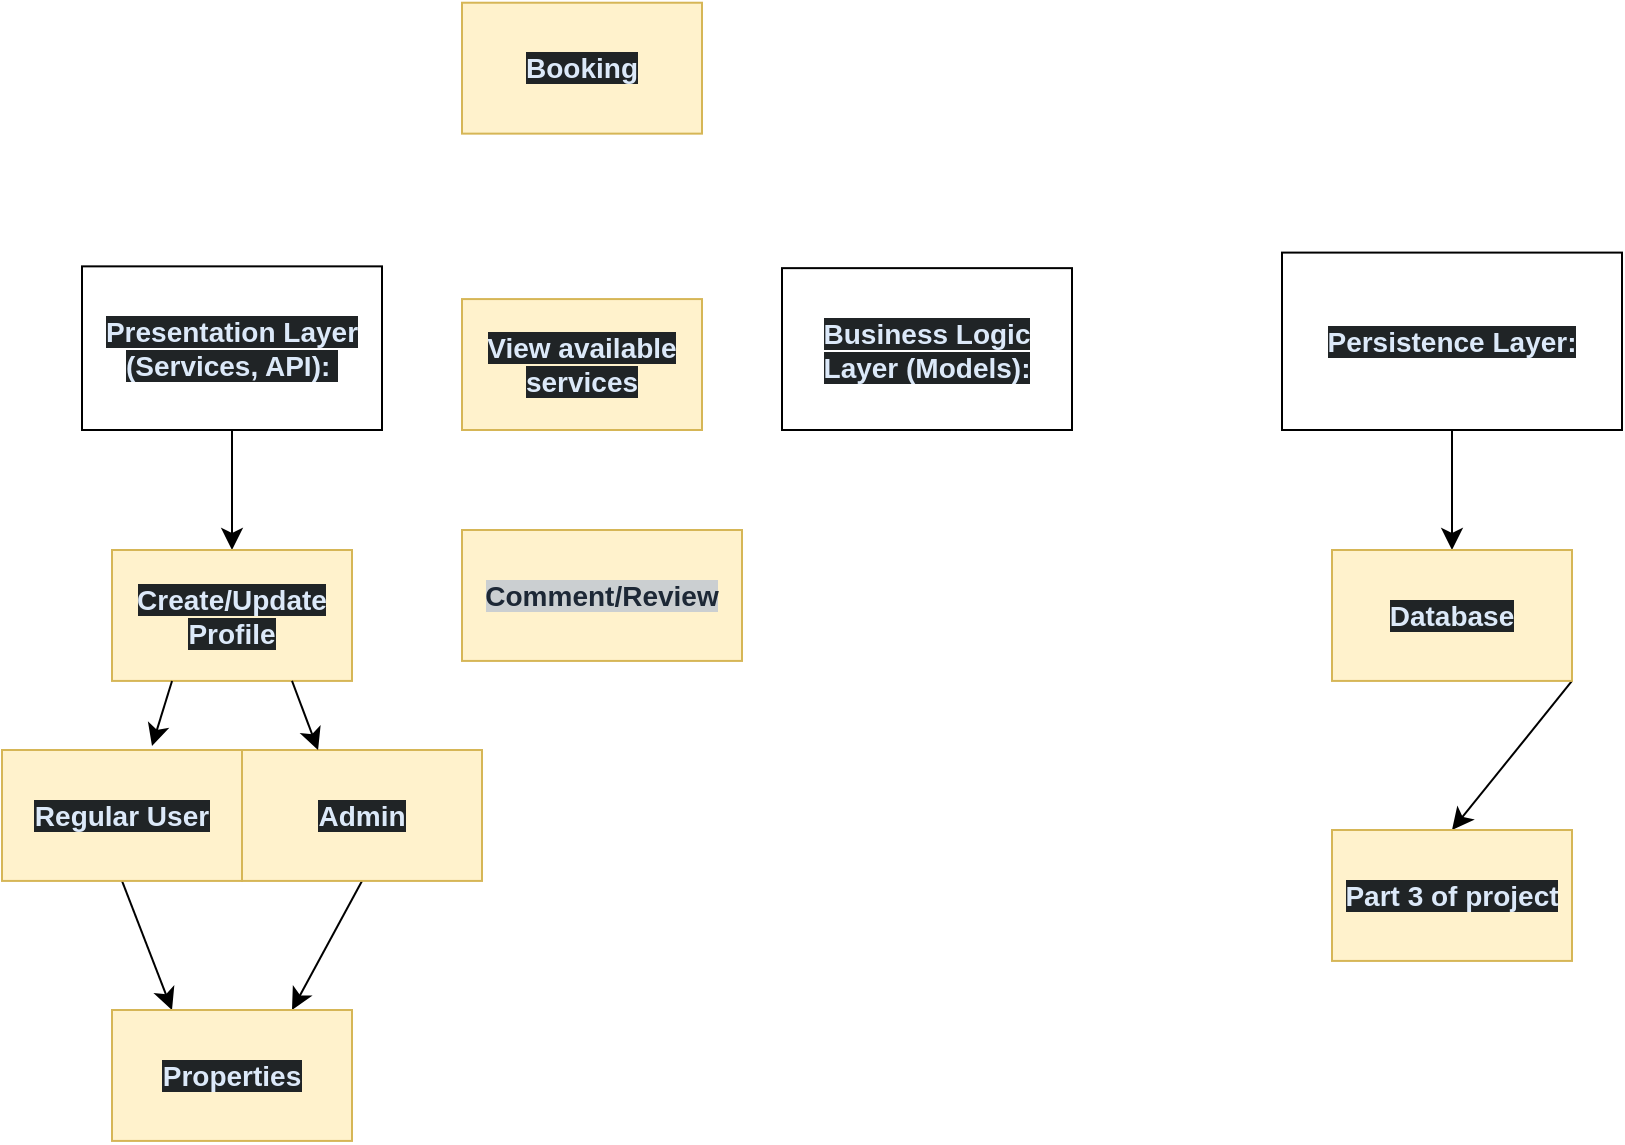
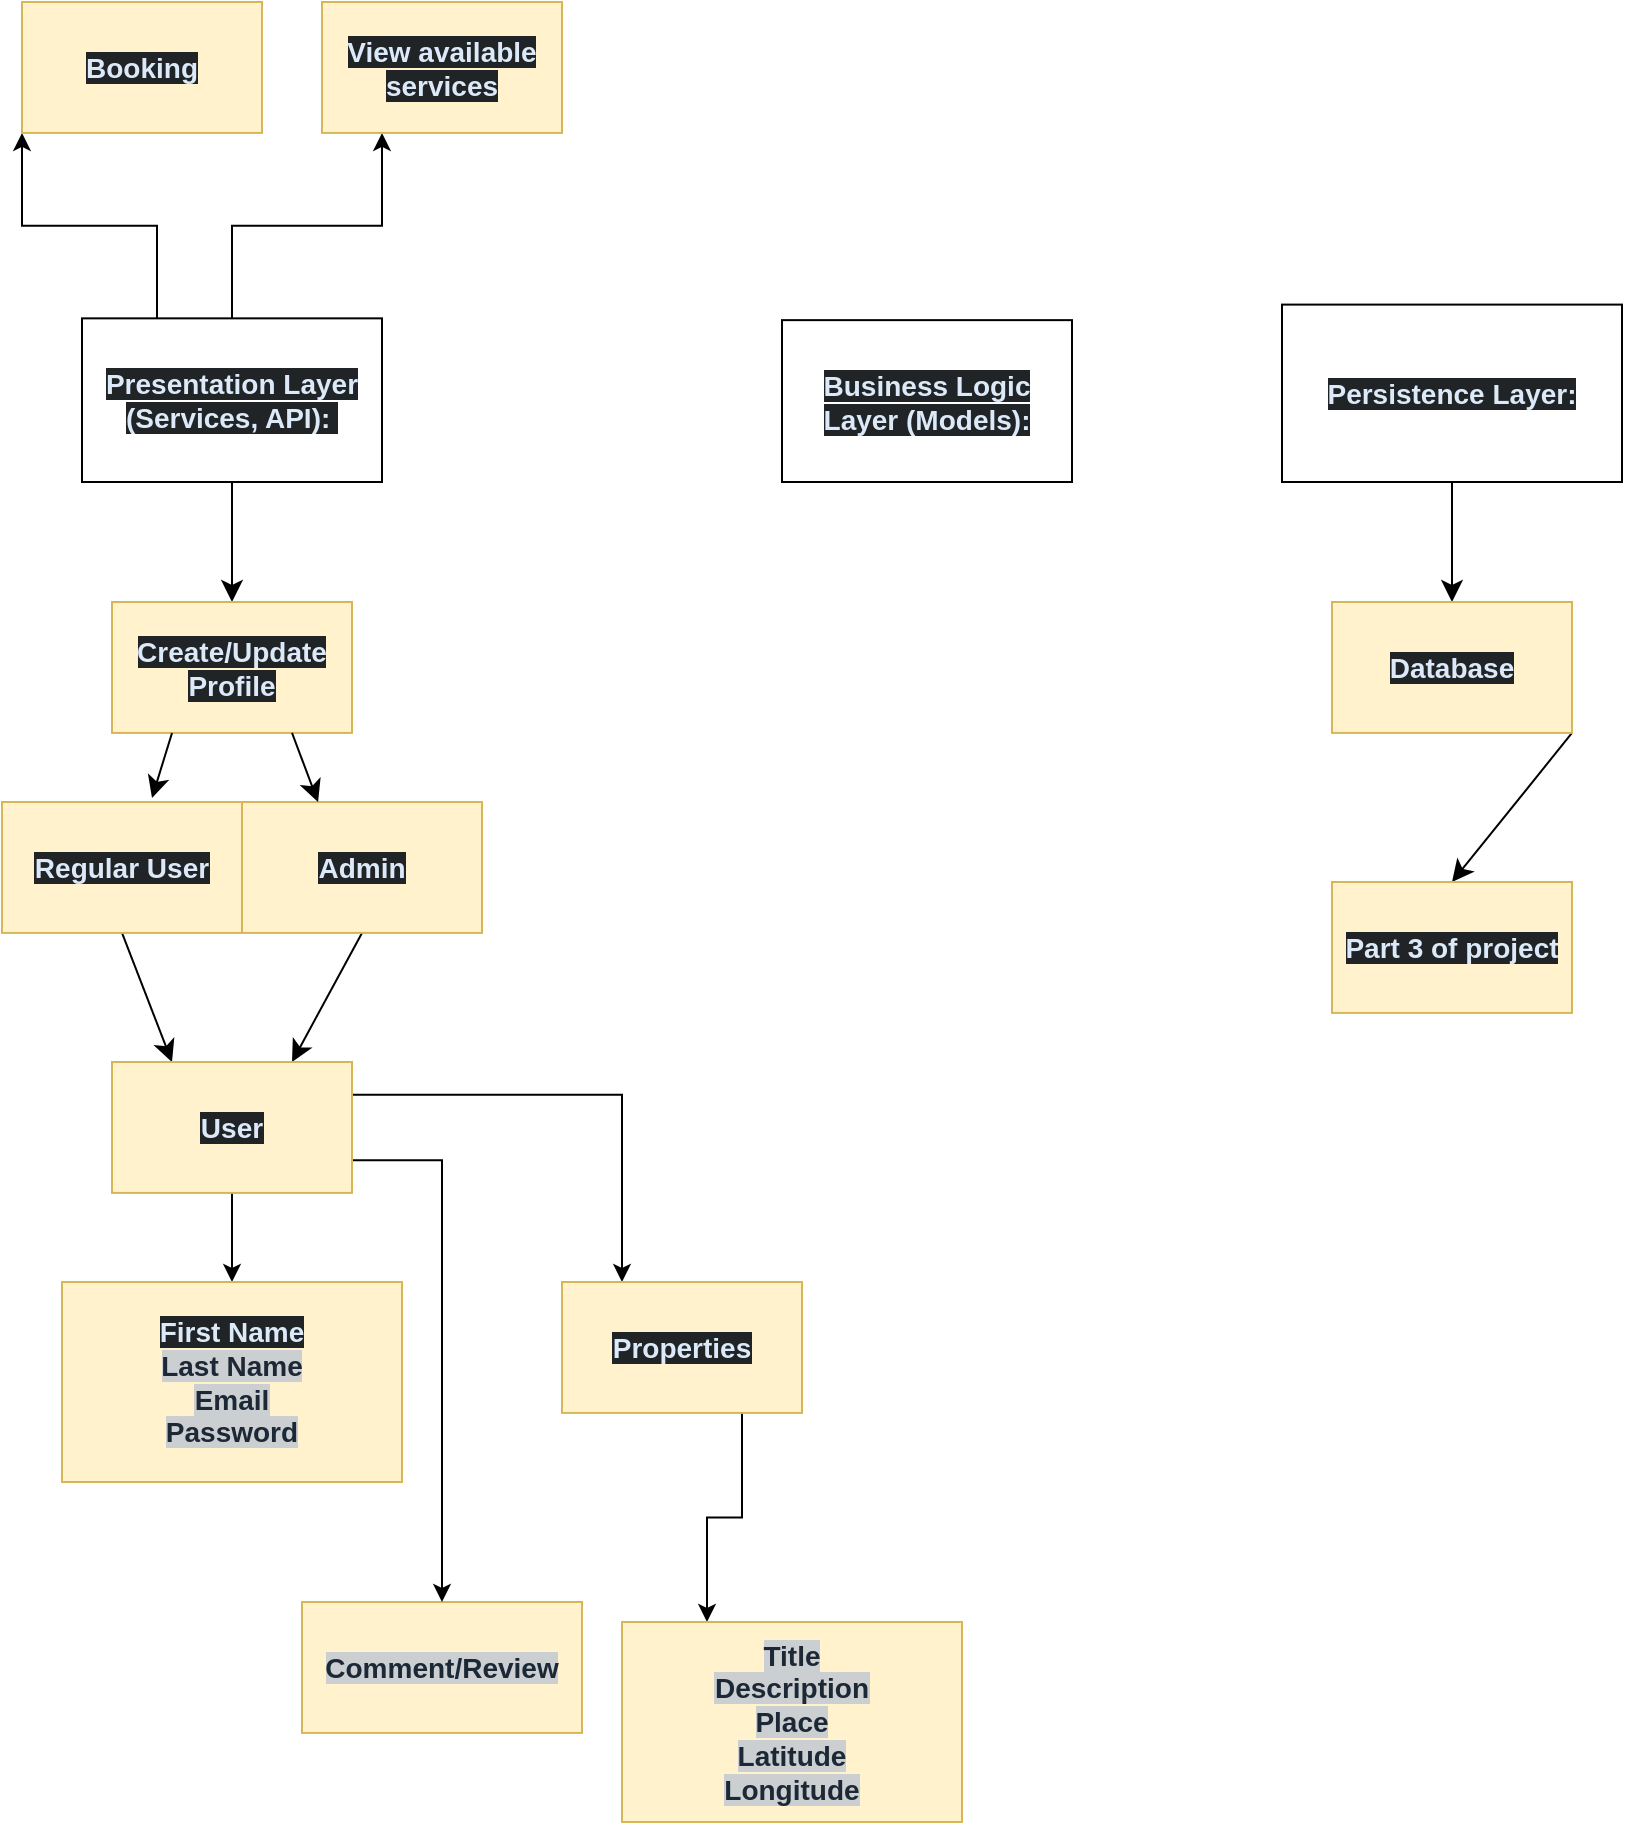
<mxfile host="app.diagrams.net">
  <diagram name="Page-1" id="-YqvBdWR7zro55ob8_1u">
-     <mxGraphModel dx="1414" dy="881" grid="1" gridSize="10" guides="1" tooltips="1" connect="1" arrows="1" fold="1" page="1" pageScale="1" pageWidth="850" pageHeight="1100" math="0" shadow="0">
+     <mxGraphModel dx="1414" dy="795" grid="1" gridSize="10" guides="1" tooltips="1" connect="1" arrows="1" fold="1" page="1" pageScale="1" pageWidth="850" pageHeight="1100" math="0" shadow="0">
      <root>
        <mxCell id="0" />
        <mxCell id="1" parent="0" />
        <mxCell id="knfjWByLyRWuwcYY4K55-11" edge="1" parent="1" source="hUDn5ZNKDxH-Q9J3WyCt-1" style="edgeStyle=none;curved=1;rounded=0;orthogonalLoop=1;jettySize=auto;html=1;exitX=0.5;exitY=1;exitDx=0;exitDy=0;fontSize=12;startSize=8;endSize=8;" target="knfjWByLyRWuwcYY4K55-1">
+           <mxGeometry relative="1" as="geometry" />
+         </mxCell>
+         <mxCell id="nrL1aRvaP8A3k5mvhdIb-1" edge="1" parent="1" source="hUDn5ZNKDxH-Q9J3WyCt-1" style="edgeStyle=orthogonalEdgeStyle;rounded=0;orthogonalLoop=1;jettySize=auto;html=1;exitX=0.25;exitY=0;exitDx=0;exitDy=0;entryX=0;entryY=1;entryDx=0;entryDy=0;" target="nDmQYND_-jVZAFU5oeKq-2">
+           <mxGeometry relative="1" as="geometry" />
+         </mxCell>
+         <mxCell id="nrL1aRvaP8A3k5mvhdIb-2" edge="1" parent="1" source="hUDn5ZNKDxH-Q9J3WyCt-1" style="edgeStyle=orthogonalEdgeStyle;rounded=0;orthogonalLoop=1;jettySize=auto;html=1;exitX=0.5;exitY=0;exitDx=0;exitDy=0;entryX=0.25;entryY=1;entryDx=0;entryDy=0;" target="nDmQYND_-jVZAFU5oeKq-3">
          <mxGeometry relative="1" as="geometry" />
        </mxCell>
        <mxCell id="hUDn5ZNKDxH-Q9J3WyCt-1" parent="1" style="rounded=0;whiteSpace=wrap;html=1;" value="&lt;strong style=&quot;box-sizing: border-box; font-weight: bold; scrollbar-color: rgb(95, 99, 104) rgb(49, 54, 60); color: rgb(220, 233, 249); font-family: aktiv-grotesk, sans-serif; font-size: 14px; text-align: start; background-color: rgb(32, 36, 38);&quot;&gt;Presentation Layer (Services, API):&lt;/strong&gt;&lt;span style=&quot;color: rgb(220, 233, 249); font-family: aktiv-grotesk, sans-serif; font-size: 14px; text-align: start; background-color: rgb(32, 36, 38);&quot;&gt;&amp;nbsp;&lt;/span&gt;" vertex="1">
          <mxGeometry height="81.82" width="150" x="40" y="258.18" as="geometry" />
        </mxCell>
        <mxCell id="hUDn5ZNKDxH-Q9J3WyCt-2" parent="1" style="rounded=0;whiteSpace=wrap;html=1;" value="&lt;strong style=&quot;box-sizing: border-box; font-weight: bold; scrollbar-color: rgb(95, 99, 104) rgb(49, 54, 60); color: rgb(220, 233, 249); font-family: aktiv-grotesk, sans-serif; font-size: 14px; text-align: start; background-color: rgb(32, 36, 38);&quot;&gt;Business Logic Layer (Models):&lt;/strong&gt;" vertex="1">
          <mxGeometry height="80.93" width="145" x="390" y="259.07" as="geometry" />
        </mxCell>
        <mxCell id="knfjWByLyRWuwcYY4K55-10" edge="1" parent="1" source="hUDn5ZNKDxH-Q9J3WyCt-3" style="edgeStyle=none;curved=1;rounded=0;orthogonalLoop=1;jettySize=auto;html=1;exitX=0.5;exitY=1;exitDx=0;exitDy=0;entryX=0.5;entryY=0;entryDx=0;entryDy=0;fontSize=12;startSize=8;endSize=8;" target="knfjWByLyRWuwcYY4K55-9">
          <mxGeometry relative="1" as="geometry" />
        </mxCell>
        <mxCell id="hUDn5ZNKDxH-Q9J3WyCt-3" parent="1" style="rounded=0;whiteSpace=wrap;html=1;" value="&lt;strong style=&quot;box-sizing: border-box; font-weight: bold; scrollbar-color: rgb(95, 99, 104) rgb(49, 54, 60); color: rgb(220, 233, 249); font-family: aktiv-grotesk, sans-serif; font-size: 14px; text-align: start; background-color: rgb(32, 36, 38);&quot;&gt;Persistence Layer:&lt;/strong&gt;" vertex="1">
          <mxGeometry height="88.7" width="170" x="640" y="251.3" as="geometry" />
        </mxCell>
        <mxCell id="nDmQYND_-jVZAFU5oeKq-2" parent="1" style="rounded=0;whiteSpace=wrap;html=1;fillColor=#fff2cc;strokeColor=#d6b656;" value="&lt;div style=&quot;text-align: start;&quot;&gt;&lt;font color=&quot;#dce9f9&quot; face=&quot;aktiv-grotesk, sans-serif&quot;&gt;&lt;span style=&quot;font-size: 14px; background-color: rgb(32, 36, 38);&quot;&gt;&lt;b&gt;Booking&lt;/b&gt;&lt;/span&gt;&lt;/font&gt;&lt;/div&gt;" vertex="1">
-           <mxGeometry height="65.46" width="120" x="230" y="126.36" as="geometry" />
+           <mxGeometry height="65.46" width="120" x="10" y="100" as="geometry" />
        </mxCell>
        <mxCell id="nDmQYND_-jVZAFU5oeKq-3" parent="1" style="rounded=0;whiteSpace=wrap;html=1;align=center;fillColor=#fff2cc;strokeColor=#d6b656;" value="&lt;div style=&quot;&quot;&gt;&lt;font color=&quot;#dce9f9&quot; face=&quot;aktiv-grotesk, sans-serif&quot;&gt;&lt;span style=&quot;font-size: 14px; background-color: rgb(32, 36, 38);&quot;&gt;&lt;b&gt;View available services&lt;/b&gt;&lt;/span&gt;&lt;/font&gt;&lt;/div&gt;" vertex="1">
-           <mxGeometry height="65.46" width="120" x="230" y="274.54" as="geometry" />
+           <mxGeometry height="65.46" width="120" x="160" y="100.00000000000003" as="geometry" />
        </mxCell>
        <mxCell id="nDmQYND_-jVZAFU5oeKq-4" parent="1" style="rounded=0;whiteSpace=wrap;html=1;align=center;fillColor=#fff2cc;strokeColor=#d6b656;" value="&lt;div style=&quot;&quot;&gt;&lt;font color=&quot;#1d2836&quot; face=&quot;aktiv-grotesk, sans-serif&quot;&gt;&lt;span style=&quot;font-size: 14px; background-color: rgb(203, 207, 209);&quot;&gt;&lt;b&gt;Comment/Review&lt;/b&gt;&lt;/span&gt;&lt;/font&gt;&lt;/div&gt;" vertex="1">
-           <mxGeometry height="65.46" width="140" x="230" y="390" as="geometry" />
+           <mxGeometry height="65.46" width="140" x="150" y="900" as="geometry" />
        </mxCell>
        <mxCell id="knfjWByLyRWuwcYY4K55-1" parent="1" style="rounded=0;whiteSpace=wrap;html=1;align=center;fillColor=#fff2cc;strokeColor=#d6b656;" value="&lt;div style=&quot;&quot;&gt;&lt;font color=&quot;#dce9f9&quot; face=&quot;aktiv-grotesk, sans-serif&quot;&gt;&lt;span style=&quot;font-size: 14px; background-color: rgb(32, 36, 38);&quot;&gt;&lt;b&gt;Create/Update Profile&lt;/b&gt;&lt;/span&gt;&lt;/font&gt;&lt;/div&gt;" vertex="1">
          <mxGeometry height="65.46" width="120" x="55" y="400" as="geometry" />
        </mxCell>
        <mxCell id="knfjWByLyRWuwcYY4K55-12" edge="1" parent="1" source="knfjWByLyRWuwcYY4K55-3" style="edgeStyle=none;curved=1;rounded=0;orthogonalLoop=1;jettySize=auto;html=1;exitX=0.5;exitY=1;exitDx=0;exitDy=0;entryX=0.25;entryY=0;entryDx=0;entryDy=0;fontSize=12;startSize=8;endSize=8;" target="knfjWByLyRWuwcYY4K55-7">
          <mxGeometry relative="1" as="geometry" />
        </mxCell>
        <mxCell id="knfjWByLyRWuwcYY4K55-3" parent="1" style="rounded=0;whiteSpace=wrap;html=1;align=center;fillColor=#fff2cc;strokeColor=#d6b656;" value="&lt;div style=&quot;&quot;&gt;&lt;font color=&quot;#dce9f9&quot; face=&quot;aktiv-grotesk, sans-serif&quot;&gt;&lt;span style=&quot;font-size: 14px; background-color: rgb(32, 36, 38);&quot;&gt;&lt;b&gt;Regular User&lt;/b&gt;&lt;/span&gt;&lt;/font&gt;&lt;/div&gt;" vertex="1">
          <mxGeometry height="65.46" width="120" y="500" as="geometry" />
        </mxCell>
        <mxCell id="knfjWByLyRWuwcYY4K55-13" edge="1" parent="1" source="knfjWByLyRWuwcYY4K55-4" style="edgeStyle=none;curved=1;rounded=0;orthogonalLoop=1;jettySize=auto;html=1;exitX=0.5;exitY=1;exitDx=0;exitDy=0;entryX=0.75;entryY=0;entryDx=0;entryDy=0;fontSize=12;startSize=8;endSize=8;" target="knfjWByLyRWuwcYY4K55-7">
          <mxGeometry relative="1" as="geometry" />
        </mxCell>
        <mxCell id="knfjWByLyRWuwcYY4K55-4" parent="1" style="rounded=0;whiteSpace=wrap;html=1;align=center;fillColor=#fff2cc;strokeColor=#d6b656;" value="&lt;div style=&quot;&quot;&gt;&lt;font color=&quot;#dce9f9&quot; face=&quot;aktiv-grotesk, sans-serif&quot;&gt;&lt;span style=&quot;font-size: 14px; background-color: rgb(32, 36, 38);&quot;&gt;&lt;b&gt;Admin&lt;/b&gt;&lt;/span&gt;&lt;/font&gt;&lt;/div&gt;" vertex="1">
          <mxGeometry height="65.46" width="120" x="120" y="500" as="geometry" />
        </mxCell>
        <mxCell id="knfjWByLyRWuwcYY4K55-5" edge="1" parent="1" source="knfjWByLyRWuwcYY4K55-1" style="edgeStyle=none;curved=1;rounded=0;orthogonalLoop=1;jettySize=auto;html=1;exitX=0.25;exitY=1;exitDx=0;exitDy=0;entryX=0.625;entryY=-0.031;entryDx=0;entryDy=0;entryPerimeter=0;fontSize=12;startSize=8;endSize=8;" target="knfjWByLyRWuwcYY4K55-3">
          <mxGeometry relative="1" as="geometry" />
        </mxCell>
        <mxCell id="knfjWByLyRWuwcYY4K55-6" edge="1" parent="1" source="knfjWByLyRWuwcYY4K55-1" style="edgeStyle=none;curved=1;rounded=0;orthogonalLoop=1;jettySize=auto;html=1;exitX=0.75;exitY=1;exitDx=0;exitDy=0;entryX=0.317;entryY=0;entryDx=0;entryDy=0;entryPerimeter=0;fontSize=12;startSize=8;endSize=8;" target="knfjWByLyRWuwcYY4K55-4">
          <mxGeometry relative="1" as="geometry" />
        </mxCell>
-         <mxCell id="knfjWByLyRWuwcYY4K55-7" parent="1" style="rounded=0;whiteSpace=wrap;html=1;align=center;fillColor=#fff2cc;strokeColor=#d6b656;" value="&lt;div style=&quot;&quot;&gt;&lt;font color=&quot;#dce9f9&quot; face=&quot;aktiv-grotesk, sans-serif&quot;&gt;&lt;span style=&quot;font-size: 14px; background-color: rgb(32, 36, 38);&quot;&gt;&lt;b&gt;Properties&lt;/b&gt;&lt;/span&gt;&lt;/font&gt;&lt;/div&gt;" vertex="1">
+         <mxCell id="nrL1aRvaP8A3k5mvhdIb-16" edge="1" parent="1" source="knfjWByLyRWuwcYY4K55-7" style="edgeStyle=orthogonalEdgeStyle;rounded=0;orthogonalLoop=1;jettySize=auto;html=1;exitX=0.5;exitY=1;exitDx=0;exitDy=0;entryX=0.5;entryY=0;entryDx=0;entryDy=0;" target="nrL1aRvaP8A3k5mvhdIb-10">
+           <mxGeometry relative="1" as="geometry" />
+         </mxCell>
+         <mxCell id="nrL1aRvaP8A3k5mvhdIb-18" edge="1" parent="1" source="knfjWByLyRWuwcYY4K55-7" style="edgeStyle=orthogonalEdgeStyle;rounded=0;orthogonalLoop=1;jettySize=auto;html=1;exitX=1;exitY=0.75;exitDx=0;exitDy=0;entryX=0.5;entryY=0;entryDx=0;entryDy=0;" target="nDmQYND_-jVZAFU5oeKq-4">
+           <mxGeometry relative="1" as="geometry" />
+         </mxCell>
+         <mxCell id="nrL1aRvaP8A3k5mvhdIb-19" edge="1" parent="1" source="knfjWByLyRWuwcYY4K55-7" style="edgeStyle=orthogonalEdgeStyle;rounded=0;orthogonalLoop=1;jettySize=auto;html=1;exitX=1;exitY=0.25;exitDx=0;exitDy=0;entryX=0.25;entryY=0;entryDx=0;entryDy=0;" target="nrL1aRvaP8A3k5mvhdIb-3">
+           <mxGeometry relative="1" as="geometry" />
+         </mxCell>
+         <mxCell id="knfjWByLyRWuwcYY4K55-7" parent="1" style="rounded=0;whiteSpace=wrap;html=1;align=center;fillColor=#fff2cc;strokeColor=#d6b656;" value="&lt;div style=&quot;&quot;&gt;&lt;font color=&quot;#dce9f9&quot; face=&quot;aktiv-grotesk, sans-serif&quot;&gt;&lt;span style=&quot;font-size: 14px; background-color: rgb(32, 36, 38);&quot;&gt;&lt;b&gt;User&lt;/b&gt;&lt;/span&gt;&lt;/font&gt;&lt;/div&gt;" vertex="1">
          <mxGeometry height="65.46" width="120" x="55" y="630" as="geometry" />
        </mxCell>
        <mxCell id="knfjWByLyRWuwcYY4K55-16" edge="1" parent="1" source="knfjWByLyRWuwcYY4K55-9" style="edgeStyle=none;curved=1;rounded=0;orthogonalLoop=1;jettySize=auto;html=1;exitX=1;exitY=1;exitDx=0;exitDy=0;entryX=0.5;entryY=0;entryDx=0;entryDy=0;fontSize=12;startSize=8;endSize=8;" target="knfjWByLyRWuwcYY4K55-14">
          <mxGeometry relative="1" as="geometry" />
        </mxCell>
        <mxCell id="knfjWByLyRWuwcYY4K55-9" parent="1" style="rounded=0;whiteSpace=wrap;html=1;align=center;fillColor=#fff2cc;strokeColor=#d6b656;" value="&lt;div style=&quot;&quot;&gt;&lt;font color=&quot;#dce9f9&quot; face=&quot;aktiv-grotesk, sans-serif&quot;&gt;&lt;span style=&quot;font-size: 14px; background-color: rgb(32, 36, 38);&quot;&gt;&lt;b&gt;Database&lt;/b&gt;&lt;/span&gt;&lt;/font&gt;&lt;/div&gt;" vertex="1">
          <mxGeometry height="65.46" width="120" x="665" y="400" as="geometry" />
        </mxCell>
        <mxCell id="knfjWByLyRWuwcYY4K55-14" parent="1" style="rounded=0;whiteSpace=wrap;html=1;align=center;fillColor=#fff2cc;strokeColor=#d6b656;" value="&lt;div style=&quot;&quot;&gt;&lt;font color=&quot;#dce9f9&quot; face=&quot;aktiv-grotesk, sans-serif&quot;&gt;&lt;span style=&quot;font-size: 14px; background-color: rgb(32, 36, 38);&quot;&gt;&lt;b&gt;Part 3 of project&lt;/b&gt;&lt;/span&gt;&lt;/font&gt;&lt;/div&gt;" vertex="1">
          <mxGeometry height="65.46" width="120" x="665" y="540" as="geometry" />
        </mxCell>
+         <mxCell id="nrL1aRvaP8A3k5mvhdIb-23" edge="1" parent="1" source="nrL1aRvaP8A3k5mvhdIb-3" style="edgeStyle=orthogonalEdgeStyle;rounded=0;orthogonalLoop=1;jettySize=auto;html=1;exitX=0.75;exitY=1;exitDx=0;exitDy=0;entryX=0.25;entryY=0;entryDx=0;entryDy=0;" target="nrL1aRvaP8A3k5mvhdIb-20">
+           <mxGeometry relative="1" as="geometry" />
+         </mxCell>
+         <mxCell id="nrL1aRvaP8A3k5mvhdIb-3" parent="1" style="rounded=0;whiteSpace=wrap;html=1;align=center;fillColor=#fff2cc;strokeColor=#d6b656;" value="&lt;div style=&quot;&quot;&gt;&lt;font color=&quot;#dce9f9&quot; face=&quot;aktiv-grotesk, sans-serif&quot;&gt;&lt;span style=&quot;font-size: 14px; background-color: rgb(32, 36, 38);&quot;&gt;&lt;b&gt;Properties&lt;/b&gt;&lt;/span&gt;&lt;/font&gt;&lt;/div&gt;" vertex="1">
+           <mxGeometry height="65.46" width="120" x="280" y="740" as="geometry" />
+         </mxCell>
+         <mxCell id="nrL1aRvaP8A3k5mvhdIb-10" parent="1" style="rounded=0;whiteSpace=wrap;html=1;align=center;fillColor=#fff2cc;strokeColor=#d6b656;" value="&lt;div style=&quot;&quot;&gt;&lt;font color=&quot;#dce9f9&quot; face=&quot;aktiv-grotesk, sans-serif&quot;&gt;&lt;span style=&quot;font-size: 14px; background-color: rgb(32, 36, 38);&quot;&gt;&lt;b&gt;First Name&lt;/b&gt;&lt;/span&gt;&lt;/font&gt;&lt;/div&gt;&lt;div style=&quot;&quot;&gt;&lt;font color=&quot;#1d2836&quot; face=&quot;aktiv-grotesk, sans-serif&quot;&gt;&lt;span style=&quot;font-size: 14px; background-color: rgb(203, 207, 209);&quot;&gt;&lt;b&gt;Last Name&lt;/b&gt;&lt;/span&gt;&lt;/font&gt;&lt;/div&gt;&lt;div style=&quot;&quot;&gt;&lt;font color=&quot;#1d2836&quot; face=&quot;aktiv-grotesk, sans-serif&quot;&gt;&lt;span style=&quot;font-size: 14px; background-color: rgb(203, 207, 209);&quot;&gt;&lt;b&gt;Email&lt;/b&gt;&lt;/span&gt;&lt;/font&gt;&lt;/div&gt;&lt;div style=&quot;&quot;&gt;&lt;font color=&quot;#1d2836&quot; face=&quot;aktiv-grotesk, sans-serif&quot;&gt;&lt;span style=&quot;font-size: 14px; background-color: rgb(203, 207, 209);&quot;&gt;&lt;b&gt;Password&lt;/b&gt;&lt;/span&gt;&lt;/font&gt;&lt;/div&gt;" vertex="1">
+           <mxGeometry height="100" width="170" x="30" y="740" as="geometry" />
+         </mxCell>
+         <mxCell id="nrL1aRvaP8A3k5mvhdIb-20" parent="1" style="rounded=0;whiteSpace=wrap;html=1;align=center;fillColor=#fff2cc;strokeColor=#d6b656;" value="&lt;div style=&quot;&quot;&gt;&lt;font color=&quot;#1d2836&quot; face=&quot;aktiv-grotesk, sans-serif&quot;&gt;&lt;span style=&quot;font-size: 14px; background-color: rgb(203, 207, 209);&quot;&gt;&lt;b&gt;Title&lt;/b&gt;&lt;/span&gt;&lt;/font&gt;&lt;/div&gt;&lt;div style=&quot;&quot;&gt;&lt;font color=&quot;#1d2836&quot; face=&quot;aktiv-grotesk, sans-serif&quot;&gt;&lt;span style=&quot;font-size: 14px; background-color: rgb(203, 207, 209);&quot;&gt;&lt;b&gt;Description&lt;/b&gt;&lt;/span&gt;&lt;/font&gt;&lt;/div&gt;&lt;div style=&quot;&quot;&gt;&lt;font color=&quot;#1d2836&quot; face=&quot;aktiv-grotesk, sans-serif&quot;&gt;&lt;span style=&quot;font-size: 14px; background-color: rgb(203, 207, 209);&quot;&gt;&lt;b&gt;Place&lt;/b&gt;&lt;/span&gt;&lt;/font&gt;&lt;/div&gt;&lt;div style=&quot;&quot;&gt;&lt;font color=&quot;#1d2836&quot; face=&quot;aktiv-grotesk, sans-serif&quot;&gt;&lt;span style=&quot;font-size: 14px; background-color: rgb(203, 207, 209);&quot;&gt;&lt;b&gt;Latitude&lt;/b&gt;&lt;/span&gt;&lt;/font&gt;&lt;/div&gt;&lt;div style=&quot;&quot;&gt;&lt;font color=&quot;#1d2836&quot; face=&quot;aktiv-grotesk, sans-serif&quot;&gt;&lt;span style=&quot;font-size: 14px; background-color: rgb(203, 207, 209);&quot;&gt;&lt;b&gt;Longitude&lt;/b&gt;&lt;/span&gt;&lt;/font&gt;&lt;/div&gt;" vertex="1">
+           <mxGeometry height="100" width="170" x="310" y="910" as="geometry" />
+         </mxCell>
      </root>
    </mxGraphModel>
  </diagram>
</mxfile>
